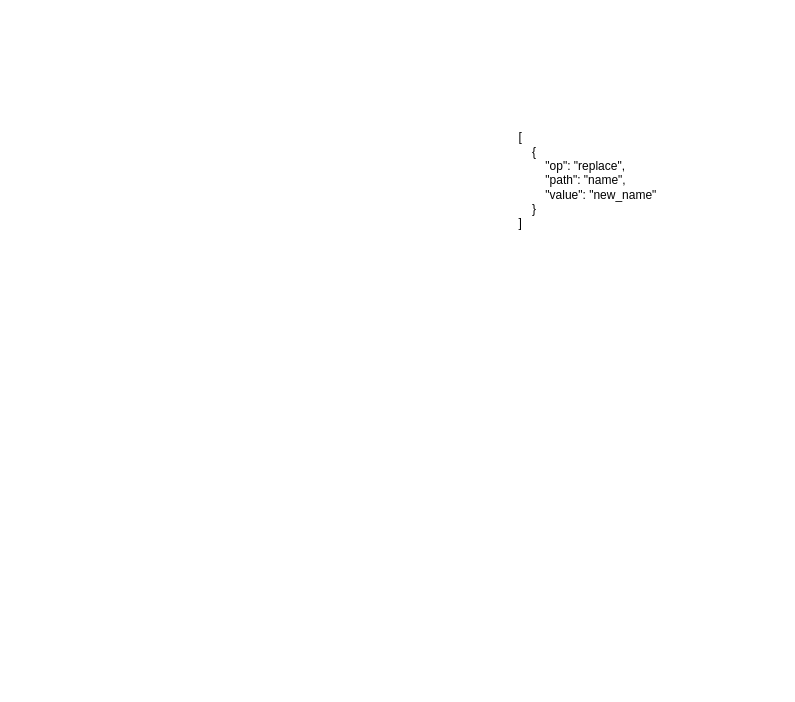
This is thematic_analysis/examples/JsonPatchOperationExample.drawio from ruizsalvat/Master-Project-Information-Sciences, a draw.io file, before an edit. Source tidied: cells renumbered, new cells numbered last; positions are measured from the earlier drawing's top-left corner, leaving out a move shared by most shapes. Both pictures are drawn from the tidied source at 100%, with x=0, y=0 at pixel (507, 125).
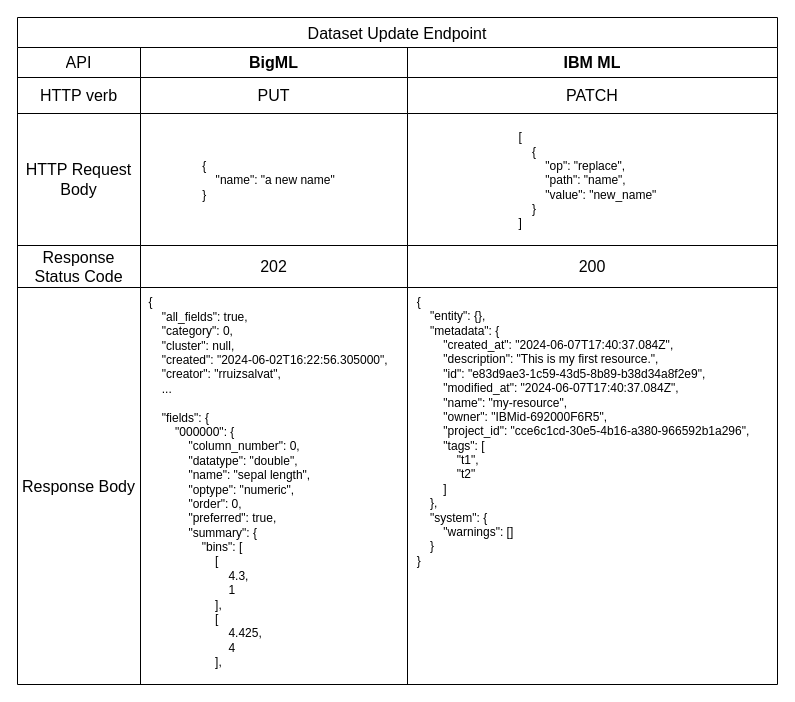
The same diagram, later.

Diff of the diagram source:
```diff
@@
+    <mxCell id="3" value="Dataset Update Endpoint" style="shape=table;startSize=30;childLayout=tableLayout;strokeColor=default;fontSize=16;" parent="1" vertex="1">
+      <mxGeometry x="-490" y="-108" width="760" height="667" as="geometry" />
+    </mxCell>
+    <mxCell id="4" style="shape=tableRow;horizontal=0;startSize=0;swimlaneHead=0;swimlaneBody=0;strokeColor=inherit;top=0;left=0;bottom=0;right=0;fillColor=none;fontSize=16;" parent="3" vertex="1">
+      <mxGeometry y="30" width="760" height="30" as="geometry" />
+    </mxCell>
+    <mxCell id="5" value="API" style="shape=partialRectangle;html=1;whiteSpace=wrap;strokeColor=inherit;overflow=hidden;fillColor=none;top=0;left=0;bottom=0;right=0;fontSize=16;" parent="4" vertex="1">
+      <mxGeometry width="123" height="30" as="geometry" />
+    </mxCell>
+    <mxCell id="6" value="&lt;b&gt;BigML&lt;/b&gt;" style="shape=partialRectangle;html=1;whiteSpace=wrap;strokeColor=inherit;overflow=hidden;fillColor=none;top=0;left=0;bottom=0;right=0;fontSize=16;" parent="4" vertex="1">
+      <mxGeometry x="123" width="267" height="30" as="geometry" />
+    </mxCell>
+    <mxCell id="7" value="&lt;b&gt;IBM ML&lt;/b&gt;" style="shape=partialRectangle;html=1;whiteSpace=wrap;strokeColor=inherit;overflow=hidden;fillColor=none;top=0;left=0;bottom=0;right=0;fontSize=16;" parent="4" vertex="1">
+      <mxGeometry x="390" width="370" height="30" as="geometry" />
+    </mxCell>
+    <mxCell id="8" style="shape=tableRow;horizontal=0;startSize=0;swimlaneHead=0;swimlaneBody=0;strokeColor=inherit;top=0;left=0;bottom=0;right=0;fillColor=none;fontSize=16;" parent="3" vertex="1">
+      <mxGeometry y="60" width="760" height="36" as="geometry" />
+    </mxCell>
+    <mxCell id="9" value="HTTP verb" style="shape=partialRectangle;html=1;whiteSpace=wrap;strokeColor=inherit;overflow=hidden;fillColor=none;top=0;left=0;bottom=0;right=0;fontSize=16;" parent="8" vertex="1">
+      <mxGeometry width="123" height="36" as="geometry" />
+    </mxCell>
+    <mxCell id="10" value="PUT" style="shape=partialRectangle;html=1;whiteSpace=wrap;strokeColor=inherit;overflow=hidden;fillColor=none;top=0;left=0;bottom=0;right=0;fontSize=16;" parent="8" vertex="1">
+      <mxGeometry x="123" width="267" height="36" as="geometry" />
+    </mxCell>
+    <mxCell id="11" value="PATCH" style="shape=partialRectangle;html=1;whiteSpace=wrap;strokeColor=inherit;overflow=hidden;fillColor=none;top=0;left=0;bottom=0;right=0;fontSize=16;" parent="8" vertex="1">
+      <mxGeometry x="390" width="370" height="36" as="geometry" />
+    </mxCell>
+    <mxCell id="12" style="shape=tableRow;horizontal=0;startSize=0;swimlaneHead=0;swimlaneBody=0;strokeColor=inherit;top=0;left=0;bottom=0;right=0;fillColor=none;fontSize=16;" parent="3" vertex="1">
+      <mxGeometry y="96" width="760" height="132" as="geometry" />
+    </mxCell>
+    <mxCell id="13" value="HTTP Request Body" style="shape=partialRectangle;html=1;whiteSpace=wrap;strokeColor=inherit;overflow=hidden;fillColor=none;top=0;left=0;bottom=0;right=0;fontSize=16;" parent="12" vertex="1">
+      <mxGeometry width="123" height="132" as="geometry" />
+    </mxCell>
+    <mxCell id="14" style="shape=partialRectangle;html=1;whiteSpace=wrap;strokeColor=inherit;overflow=hidden;fillColor=none;top=0;left=0;bottom=0;right=0;fontSize=16;" parent="12" vertex="1">
+      <mxGeometry x="123" width="267" height="132" as="geometry" />
+    </mxCell>
+    <mxCell id="15" style="shape=partialRectangle;html=1;whiteSpace=wrap;strokeColor=inherit;overflow=hidden;fillColor=none;top=0;left=0;bottom=0;right=0;fontSize=16;" parent="12" vertex="1">
+      <mxGeometry x="390" width="370" height="132" as="geometry" />
+    </mxCell>
+    <mxCell id="16" style="shape=tableRow;horizontal=0;startSize=0;swimlaneHead=0;swimlaneBody=0;strokeColor=inherit;top=0;left=0;bottom=0;right=0;fillColor=none;fontSize=16;" parent="3" vertex="1">
+      <mxGeometry y="228" width="760" height="42" as="geometry" />
+    </mxCell>
+    <mxCell id="17" value="Response Status Code" style="shape=partialRectangle;html=1;whiteSpace=wrap;strokeColor=inherit;overflow=hidden;fillColor=none;top=0;left=0;bottom=0;right=0;fontSize=16;" parent="16" vertex="1">
+      <mxGeometry width="123" height="42" as="geometry" />
+    </mxCell>
+    <mxCell id="18" value="202" style="shape=partialRectangle;html=1;whiteSpace=wrap;strokeColor=inherit;overflow=hidden;fillColor=none;top=0;left=0;bottom=0;right=0;fontSize=16;" parent="16" vertex="1">
+      <mxGeometry x="123" width="267" height="42" as="geometry" />
+    </mxCell>
+    <mxCell id="19" value="200" style="shape=partialRectangle;html=1;whiteSpace=wrap;strokeColor=inherit;overflow=hidden;fillColor=none;top=0;left=0;bottom=0;right=0;fontSize=16;" parent="16" vertex="1">
+      <mxGeometry x="390" width="370" height="42" as="geometry" />
+    </mxCell>
+    <mxCell id="20" style="shape=tableRow;horizontal=0;startSize=0;swimlaneHead=0;swimlaneBody=0;strokeColor=inherit;top=0;left=0;bottom=0;right=0;fillColor=none;fontSize=16;" parent="3" vertex="1">
+      <mxGeometry y="270" width="760" height="397" as="geometry" />
+    </mxCell>
+    <mxCell id="21" value="Response Body" style="shape=partialRectangle;html=1;whiteSpace=wrap;strokeColor=inherit;overflow=hidden;fillColor=none;top=0;left=0;bottom=0;right=0;fontSize=16;" parent="20" vertex="1">
+      <mxGeometry width="123" height="397" as="geometry" />
+    </mxCell>
+    <mxCell id="22" style="shape=partialRectangle;html=1;whiteSpace=wrap;strokeColor=inherit;overflow=hidden;fillColor=none;top=0;left=0;bottom=0;right=0;fontSize=16;" parent="20" vertex="1">
+      <mxGeometry x="123" width="267" height="397" as="geometry" />
+    </mxCell>
+    <mxCell id="23" style="shape=partialRectangle;html=1;whiteSpace=wrap;strokeColor=inherit;overflow=hidden;fillColor=none;top=0;left=0;bottom=0;right=0;fontSize=16;" parent="20" vertex="1">
+      <mxGeometry x="390" width="370" height="397" as="geometry" />
+    </mxCell>
+    <mxCell id="24" value="&lt;div style=&quot;text-align: justify;&quot;&gt;&lt;div&gt;{&lt;/div&gt;&lt;div&gt;&amp;nbsp; &amp;nbsp; &quot;name&quot;: &quot;a new name&quot;&lt;/div&gt;&lt;div&gt;}&lt;/div&gt;&lt;/div&gt;" style="text;html=1;align=center;verticalAlign=middle;strokeColor=none;fillColor=none;" parent="1" vertex="1">
+      <mxGeometry x="-319" y="25" width="160" height="60" as="geometry" />
+    </mxCell>
@@
+    <mxCell id="25" value="&lt;div style=&quot;text-align: justify;&quot;&gt;{&lt;/div&gt;&lt;div style=&quot;text-align: justify;&quot;&gt;&amp;nbsp; &amp;nbsp; &quot;all_fields&quot;: true,&lt;/div&gt;&lt;div style=&quot;text-align: justify;&quot;&gt;&amp;nbsp; &amp;nbsp; &quot;category&quot;: 0,&lt;/div&gt;&lt;div style=&quot;text-align: justify;&quot;&gt;&amp;nbsp; &amp;nbsp; &quot;cluster&quot;: null,&lt;/div&gt;&lt;div style=&quot;text-align: justify;&quot;&gt;&amp;nbsp; &amp;nbsp; &quot;created&quot;: &quot;2024-06-02T16:22:56.305000&quot;,&lt;/div&gt;&lt;div style=&quot;text-align: justify;&quot;&gt;&amp;nbsp; &amp;nbsp; &quot;creator&quot;: &quot;rruizsalvat&quot;,&lt;/div&gt;&lt;div style=&quot;text-align: justify;&quot;&gt;&amp;nbsp; &amp;nbsp; ...&lt;/div&gt;&lt;div style=&quot;text-align: justify;&quot;&gt;&amp;nbsp; &amp;nbsp;&amp;nbsp;&lt;/div&gt;&lt;div style=&quot;text-align: justify;&quot;&gt;&amp;nbsp; &amp;nbsp; &quot;fields&quot;: {&lt;/div&gt;&lt;div style=&quot;text-align: justify;&quot;&gt;&amp;nbsp; &amp;nbsp; &amp;nbsp; &amp;nbsp; &quot;000000&quot;: {&lt;/div&gt;&lt;div style=&quot;text-align: justify;&quot;&gt;&amp;nbsp; &amp;nbsp; &amp;nbsp; &amp;nbsp; &amp;nbsp; &amp;nbsp; &quot;column_number&quot;: 0,&lt;/div&gt;&lt;div style=&quot;text-align: justify;&quot;&gt;&amp;nbsp; &amp;nbsp; &amp;nbsp; &amp;nbsp; &amp;nbsp; &amp;nbsp; &quot;datatype&quot;: &quot;double&quot;,&lt;/div&gt;&lt;div style=&quot;text-align: justify;&quot;&gt;&amp;nbsp; &amp;nbsp; &amp;nbsp; &amp;nbsp; &amp;nbsp; &amp;nbsp; &quot;name&quot;: &quot;sepal length&quot;,&lt;/div&gt;&lt;div style=&quot;text-align: justify;&quot;&gt;&amp;nbsp; &amp;nbsp; &amp;nbsp; &amp;nbsp; &amp;nbsp; &amp;nbsp; &quot;optype&quot;: &quot;numeric&quot;,&lt;/div&gt;&lt;div style=&quot;text-align: justify;&quot;&gt;&amp;nbsp; &amp;nbsp; &amp;nbsp; &amp;nbsp; &amp;nbsp; &amp;nbsp; &quot;order&quot;: 0,&lt;/div&gt;&lt;div style=&quot;text-align: justify;&quot;&gt;&amp;nbsp; &amp;nbsp; &amp;nbsp; &amp;nbsp; &amp;nbsp; &amp;nbsp; &quot;preferred&quot;: true,&lt;/div&gt;&lt;div style=&quot;text-align: justify;&quot;&gt;&amp;nbsp; &amp;nbsp; &amp;nbsp; &amp;nbsp; &amp;nbsp; &amp;nbsp; &quot;summary&quot;: {&lt;/div&gt;&lt;div style=&quot;text-align: justify;&quot;&gt;&amp;nbsp; &amp;nbsp; &amp;nbsp; &amp;nbsp; &amp;nbsp; &amp;nbsp; &amp;nbsp; &amp;nbsp; &quot;bins&quot;: [&lt;/div&gt;&lt;div style=&quot;text-align: justify;&quot;&gt;&amp;nbsp; &amp;nbsp; &amp;nbsp; &amp;nbsp; &amp;nbsp; &amp;nbsp; &amp;nbsp; &amp;nbsp; &amp;nbsp; &amp;nbsp; [&lt;/div&gt;&lt;div style=&quot;text-align: justify;&quot;&gt;&amp;nbsp; &amp;nbsp; &amp;nbsp; &amp;nbsp; &amp;nbsp; &amp;nbsp; &amp;nbsp; &amp;nbsp; &amp;nbsp; &amp;nbsp; &amp;nbsp; &amp;nbsp; 4.3,&lt;/div&gt;&lt;div style=&quot;text-align: justify;&quot;&gt;&amp;nbsp; &amp;nbsp; &amp;nbsp; &amp;nbsp; &amp;nbsp; &amp;nbsp; &amp;nbsp; &amp;nbsp; &amp;nbsp; &amp;nbsp; &amp;nbsp; &amp;nbsp; 1&lt;/div&gt;&lt;div style=&quot;text-align: justify;&quot;&gt;&amp;nbsp; &amp;nbsp; &amp;nbsp; &amp;nbsp; &amp;nbsp; &amp;nbsp; &amp;nbsp; &amp;nbsp; &amp;nbsp; &amp;nbsp; ],&lt;/div&gt;&lt;div style=&quot;text-align: justify;&quot;&gt;&amp;nbsp; &amp;nbsp; &amp;nbsp; &amp;nbsp; &amp;nbsp; &amp;nbsp; &amp;nbsp; &amp;nbsp; &amp;nbsp; &amp;nbsp; [&lt;/div&gt;&lt;div style=&quot;text-align: justify;&quot;&gt;&amp;nbsp; &amp;nbsp; &amp;nbsp; &amp;nbsp; &amp;nbsp; &amp;nbsp; &amp;nbsp; &amp;nbsp; &amp;nbsp; &amp;nbsp; &amp;nbsp; &amp;nbsp; 4.425,&lt;/div&gt;&lt;div style=&quot;text-align: justify;&quot;&gt;&amp;nbsp; &amp;nbsp; &amp;nbsp; &amp;nbsp; &amp;nbsp; &amp;nbsp; &amp;nbsp; &amp;nbsp; &amp;nbsp; &amp;nbsp; &amp;nbsp; &amp;nbsp; 4&lt;/div&gt;&lt;div style=&quot;text-align: justify;&quot;&gt;&amp;nbsp; &amp;nbsp; &amp;nbsp; &amp;nbsp; &amp;nbsp; &amp;nbsp; &amp;nbsp; &amp;nbsp; &amp;nbsp; &amp;nbsp; ],&lt;/div&gt;" style="text;html=1;align=center;verticalAlign=middle;whiteSpace=wrap;rounded=0;" parent="1" vertex="1">
+      <mxGeometry x="-369" y="162" width="260" height="390" as="geometry" />
+    </mxCell>
+    <mxCell id="26" value="&lt;div style=&quot;text-align: justify;&quot;&gt;&lt;div&gt;{&lt;/div&gt;&lt;div&gt;&amp;nbsp; &amp;nbsp; &quot;entity&quot;: {},&lt;/div&gt;&lt;div&gt;&amp;nbsp; &amp;nbsp; &quot;metadata&quot;: {&lt;/div&gt;&lt;div&gt;&amp;nbsp; &amp;nbsp; &amp;nbsp; &amp;nbsp; &quot;created_at&quot;: &quot;2024-06-07T17:40:37.084Z&quot;,&lt;/div&gt;&lt;div&gt;&amp;nbsp; &amp;nbsp; &amp;nbsp; &amp;nbsp; &quot;description&quot;: &quot;This is my first resource.&quot;,&lt;/div&gt;&lt;div&gt;&amp;nbsp; &amp;nbsp; &amp;nbsp; &amp;nbsp; &quot;id&quot;: &quot;e83d9ae3-1c59-43d5-8b89-b38d34a8f2e9&quot;,&lt;/div&gt;&lt;div&gt;&amp;nbsp; &amp;nbsp; &amp;nbsp; &amp;nbsp; &quot;modified_at&quot;: &quot;2024-06-07T17:40:37.084Z&quot;,&lt;/div&gt;&lt;div&gt;&amp;nbsp; &amp;nbsp; &amp;nbsp; &amp;nbsp; &quot;name&quot;: &quot;my-resource&quot;,&lt;/div&gt;&lt;div&gt;&amp;nbsp; &amp;nbsp; &amp;nbsp; &amp;nbsp; &quot;owner&quot;: &quot;IBMid-692000F6R5&quot;,&lt;/div&gt;&lt;div&gt;&amp;nbsp; &amp;nbsp; &amp;nbsp; &amp;nbsp; &quot;project_id&quot;: &quot;cce6c1cd-30e5-4b16-a380-966592b1a296&quot;,&lt;/div&gt;&lt;div&gt;&amp;nbsp; &amp;nbsp; &amp;nbsp; &amp;nbsp; &quot;tags&quot;: [&lt;/div&gt;&lt;div&gt;&amp;nbsp; &amp;nbsp; &amp;nbsp; &amp;nbsp; &amp;nbsp; &amp;nbsp; &quot;t1&quot;,&lt;/div&gt;&lt;div&gt;&amp;nbsp; &amp;nbsp; &amp;nbsp; &amp;nbsp; &amp;nbsp; &amp;nbsp; &quot;t2&quot;&lt;/div&gt;&lt;div&gt;&amp;nbsp; &amp;nbsp; &amp;nbsp; &amp;nbsp; ]&lt;/div&gt;&lt;div&gt;&amp;nbsp; &amp;nbsp; },&lt;/div&gt;&lt;div&gt;&amp;nbsp; &amp;nbsp; &quot;system&quot;: {&lt;/div&gt;&lt;div&gt;&amp;nbsp; &amp;nbsp; &amp;nbsp; &amp;nbsp; &quot;warnings&quot;: []&lt;/div&gt;&lt;div&gt;&amp;nbsp; &amp;nbsp; }&lt;/div&gt;&lt;div&gt;}&lt;/div&gt;&lt;/div&gt;" style="text;html=1;align=center;verticalAlign=middle;whiteSpace=wrap;rounded=0;" parent="1" vertex="1">
+      <mxGeometry x="-99" y="222" width="350" height="167" as="geometry" />
+    </mxCell>
```
